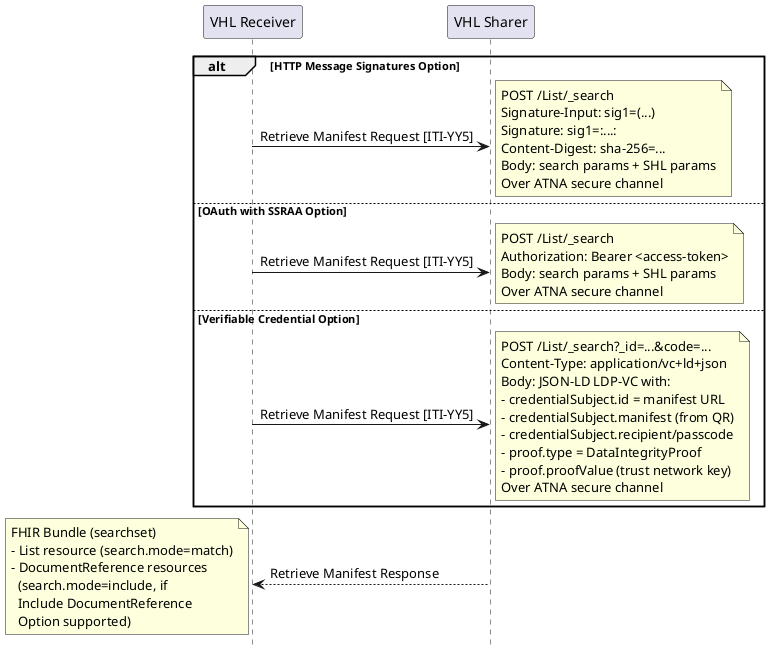
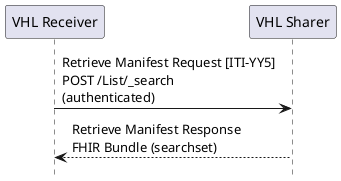
@startuml
skinparam svgDimensionStyle false
hide footbox

participant "VHL Receiver" as Receiver
participant "VHL Sharer" as Sharer

- alt HTTP Message Signatures Option
-   Receiver -> Sharer: Retrieve Manifest Request [ITI-YY5]
-   note right
-     POST /List/_search
-     Signature-Input: sig1=(...)
-     Signature: sig1=:...:
-     Content-Digest: sha-256=...
-     Body: search params + SHL params
-     Over ATNA secure channel
-   end note
- else OAuth with SSRAA Option
-   Receiver -> Sharer: Retrieve Manifest Request [ITI-YY5]
-   note right
-     POST /List/_search
-     Authorization: Bearer <access-token>
-     Body: search params + SHL params
-     Over ATNA secure channel
-   end note
- else Verifiable Credential Option
-   Receiver -> Sharer: Retrieve Manifest Request [ITI-YY5]
-   note right
-     POST /List/_search?_id=...&code=...
-     Content-Type: application/vc+ld+json
-     Body: JSON-LD LDP-VC with:
-     - credentialSubject.id = manifest URL
-     - credentialSubject.manifest (from QR)
-     - credentialSubject.recipient/passcode
-     - proof.type = DataIntegrityProof
-     - proof.proofValue (trust network key)
-     Over ATNA secure channel
-   end note
- end
- 
- Sharer --> Receiver: Retrieve Manifest Response
- note left
-   FHIR Bundle (searchset)
-   - List resource (search.mode=match)
-   - DocumentReference resources
-     (search.mode=include, if
-     Include DocumentReference
-     Option supported)
- end note
+ Receiver -> Sharer: Retrieve Manifest Request [ITI-YY5]\nPOST /List/_search\n(authenticated)
+ Sharer --> Receiver: Retrieve Manifest Response\nFHIR Bundle (searchset)

@enduml
